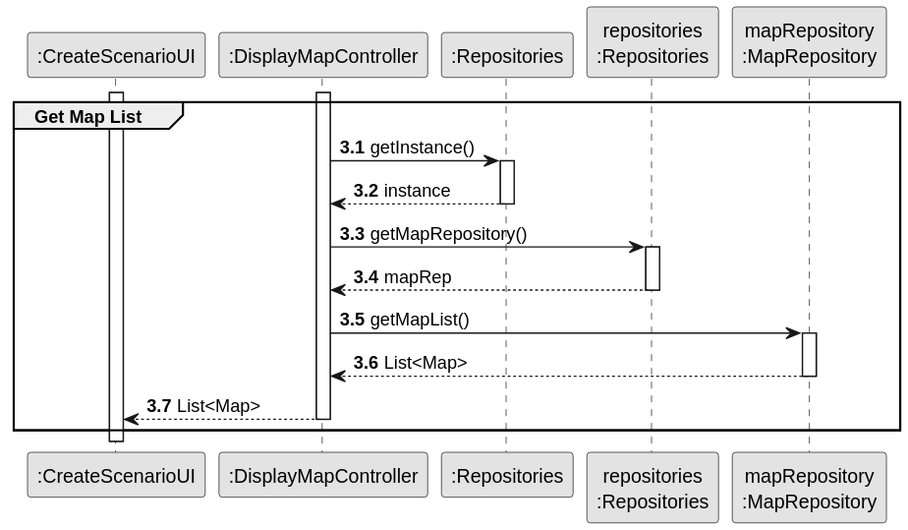
Earlier version of the PlantUML export docs/sprint3/us004/03.design/svg/us004-sd-partial-get-map-list.svg (ivasduarte/all-aboard). The source it was exported from:
```plantuml
@startuml
skinparam monochrome true
skinparam packageStyle rectangle
skinparam shadowing false

participant ":CreateScenarioUI" as UI
participant ":DisplayMapController" as mapCTRL
participant ":Repositories" as reps
participant "repositories\n:Repositories" as PLAT
participant "mapRepository\n:MapRepository" as mapRep


autonumber 3.1

activate UI
activate mapCTRL

group Get Map List
    mapCTRL -> reps : getInstance()
    activate reps
    reps --> mapCTRL : instance
    deactivate reps

    mapCTRL -> PLAT : getMapRepository()
    activate PLAT
    PLAT --> mapCTRL : mapRep
    deactivate PLAT

    mapCTRL -> mapRep : getMapList()
    activate mapRep
    mapRep --> mapCTRL : List<Map>
    deactivate mapRep

    mapCTRL --> UI : List<Map>
    deactivate mapCTRL
end
@enduml
```
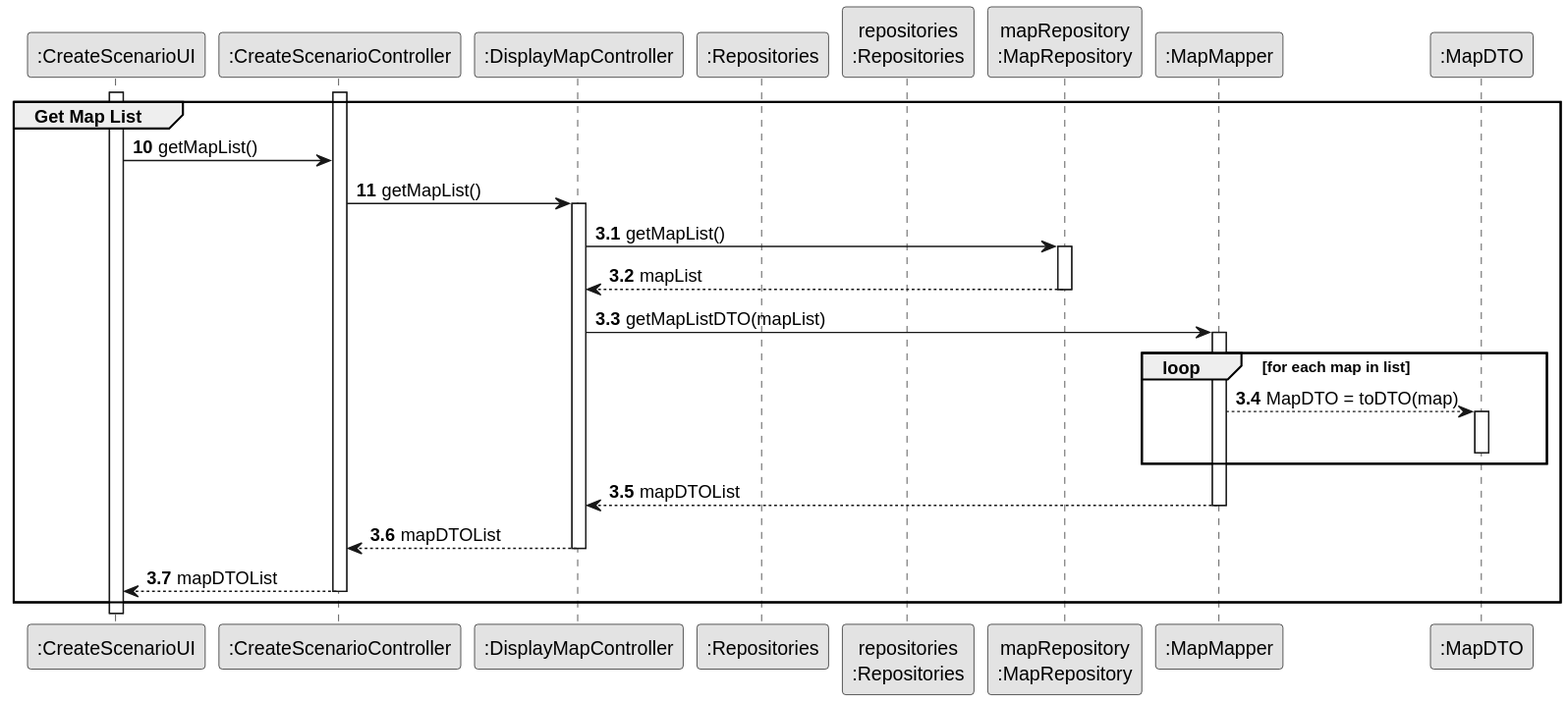
The same file after the commit.

Diff of the diagram source:
```diff
@@ -4,34 +4,44 @@
 skinparam shadowing false
 
 participant ":CreateScenarioUI" as UI
+participant ":CreateScenarioController" as CTRL
 participant ":DisplayMapController" as mapCTRL
 participant ":Repositories" as reps
 participant "repositories\n:Repositories" as PLAT
 participant "mapRepository\n:MapRepository" as mapRep
+participant ":MapMapper" as mapper
+participant ":MapDTO" as dto
 
 
-autonumber 3.1
+autonumber 10
 
 activate UI
-activate mapCTRL
+activate CTRL
 
 group Get Map List
-    mapCTRL -> reps : getInstance()
-    activate reps
-    reps --> mapCTRL : instance
-    deactivate reps
+    UI -> CTRL : getMapList()
 
-    mapCTRL -> PLAT : getMapRepository()
-    activate PLAT
-    PLAT --> mapCTRL : mapRep
-    deactivate PLAT
-
+    CTRL -> mapCTRL : getMapList()
+    autonumber 3.1
+    activate mapCTRL
     mapCTRL -> mapRep : getMapList()
     activate mapRep
-    mapRep --> mapCTRL : List<Map>
+    mapRep --> mapCTRL : mapList
     deactivate mapRep
 
-    mapCTRL --> UI : List<Map>
+    mapCTRL -> mapper : getMapListDTO(mapList)
+    activate mapper
+    loop for each map in list
+        mapper --> dto : MapDTO = toDTO(map)
+        activate dto
+        deactivate dto
+    end
+    mapper --> mapCTRL : mapDTOList
+    deactivate mapper
+
+    mapCTRL --> CTRL : mapDTOList
     deactivate mapCTRL
+    CTRL --> UI : mapDTOList
+    deactivate CTRL
 end
 @enduml
```
